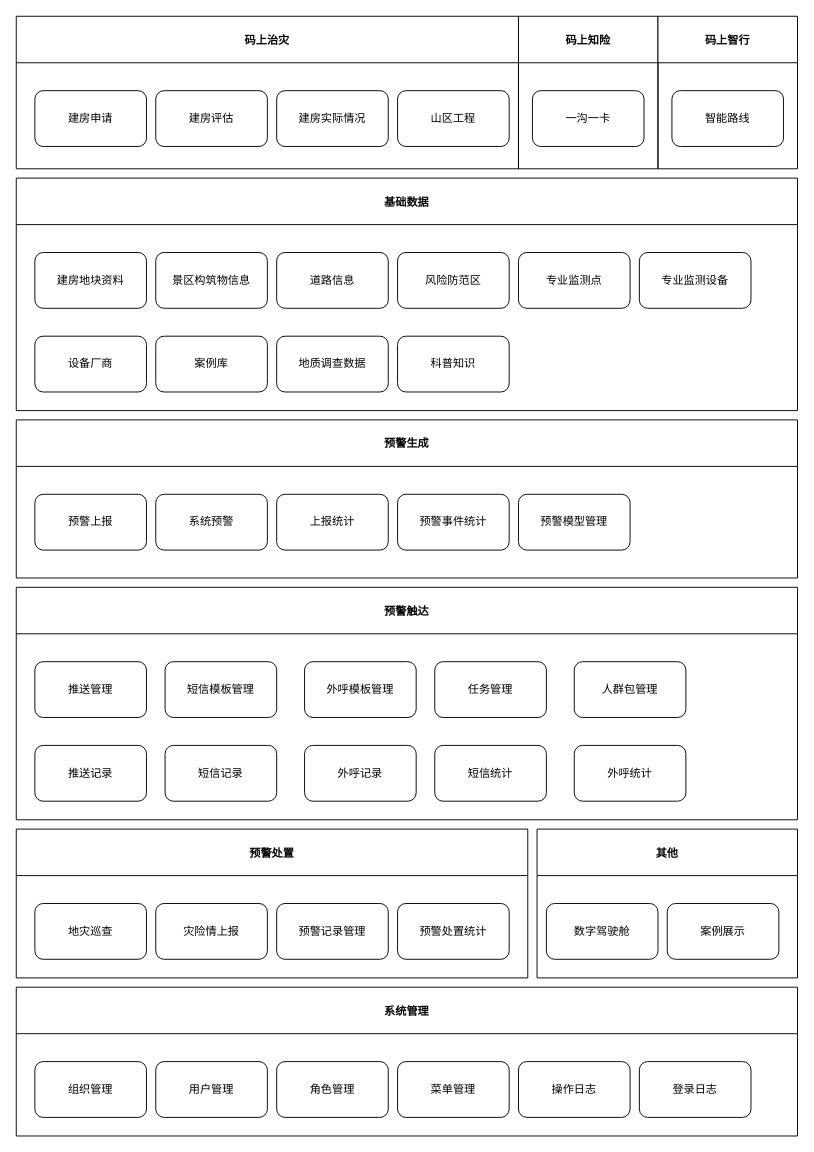
This is 柯城地灾模块设计.drawio from shoacom/docs, a draw.io file, before an edit. Source tidied: cells renumbered, new cells numbered last; positions are measured from the earlier drawing's top-left corner, leaving out a move shared by most shapes. Both pictures are drawn from the tidied source at 93%, with x=0, y=0 at pixel (16, 16).
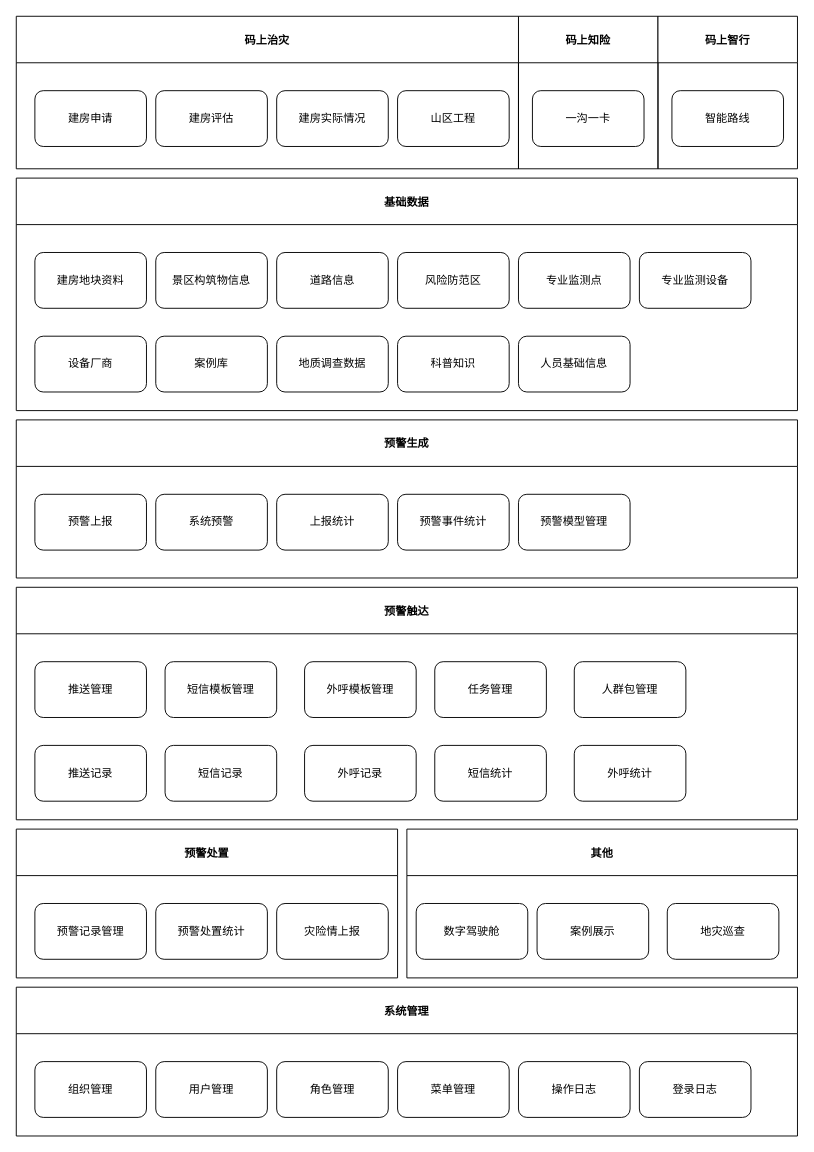
The same diagram, later.

Commit message:
Update 柯城地灾模块设计.drawio

Unchanged cells that the change refers to:
```xml
<mxCell id="4" value="基础数据" style="swimlane;fontColor=default;strokeColor=default;fillColor=default;startSize=50;" parent="1" vertex="1">
  <mxGeometry y="174" width="840" height="250" as="geometry" />
</mxCell>
```

Change to the diagram source:
```diff
@@
+    <mxCell id="54" value="人员基础信息" style="rounded=1;whiteSpace=wrap;html=1;labelBackgroundColor=default;fontColor=default;strokeColor=default;fillColor=default;" parent="4" vertex="1">
+      <mxGeometry x="540" y="170" width="120" height="60" as="geometry" />
+    </mxCell>
@@
     <mxCell id="21" value="预警处置" style="swimlane;fontColor=default;strokeColor=default;fillColor=default;startSize=50;" parent="1" vertex="1">
-      <mxGeometry y="874" width="550" height="160" as="geometry" />
+      <mxGeometry y="874" width="410" height="160" as="geometry" />
     </mxCell>
     <mxCell id="22" value="灾险情上报" style="rounded=1;whiteSpace=wrap;html=1;labelBackgroundColor=default;fontColor=default;strokeColor=default;fillColor=default;" parent="21" vertex="1">
-      <mxGeometry x="150" y="80" width="120" height="60" as="geometry" />
+      <mxGeometry x="280" y="80" width="120" height="60" as="geometry" />
     </mxCell>
-    <mxCell id="23" value="地灾巡查" style="rounded=1;whiteSpace=wrap;html=1;labelBackgroundColor=default;fontColor=default;strokeColor=default;fillColor=default;" parent="21" vertex="1">
-      <mxGeometry x="20" y="80" width="120" height="60" as="geometry" />
-    </mxCell>
     <mxCell id="24" value="预警处置统计" style="rounded=1;whiteSpace=wrap;html=1;labelBackgroundColor=default;fontColor=default;strokeColor=default;fillColor=default;" parent="21" vertex="1">
-      <mxGeometry x="410" y="80" width="120" height="60" as="geometry" />
+      <mxGeometry x="150" y="80" width="120" height="60" as="geometry" />
     </mxCell>
     <mxCell id="25" value="预警记录管理" style="rounded=1;whiteSpace=wrap;html=1;labelBackgroundColor=default;fontColor=default;strokeColor=default;fillColor=default;" parent="21" vertex="1">
-      <mxGeometry x="280" y="80" width="120" height="60" as="geometry" />
+      <mxGeometry x="20" y="80" width="120" height="60" as="geometry" />
     </mxCell>
     <mxCell id="26" value="其他" style="swimlane;fontColor=default;strokeColor=default;fillColor=default;startSize=50;" parent="1" vertex="1">
-      <mxGeometry x="560" y="874" width="280" height="160" as="geometry" />
+      <mxGeometry x="420" y="874" width="420" height="160" as="geometry" />
     </mxCell>
@@
+    <mxCell id="23" value="地灾巡查" style="rounded=1;whiteSpace=wrap;html=1;labelBackgroundColor=default;fontColor=default;strokeColor=default;fillColor=default;" parent="26" vertex="1">
+      <mxGeometry x="280" y="80" width="120" height="60" as="geometry" />
+    </mxCell>
```
